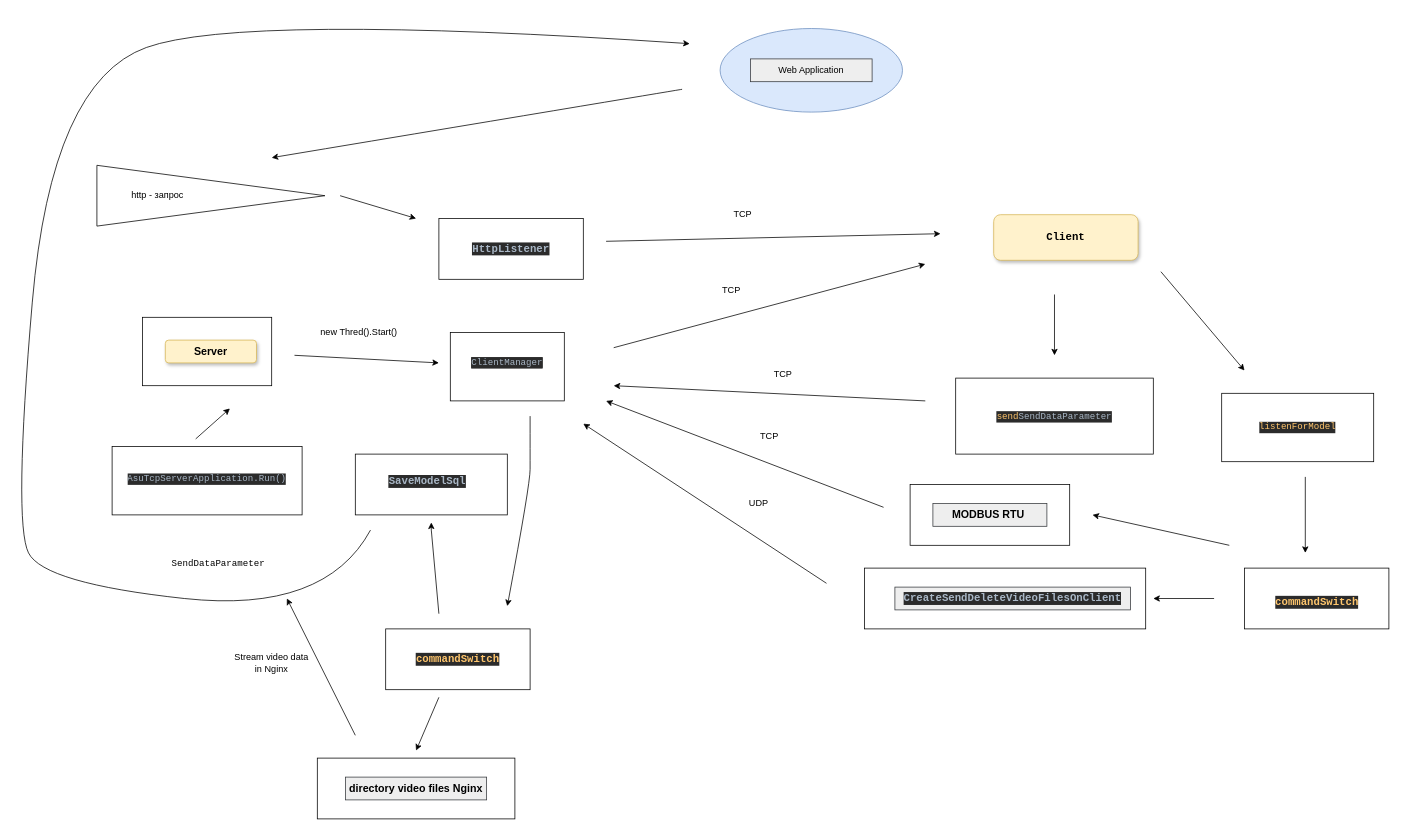
Before: src/main/java/structure_diagram.drawio in seregAnt02/AsuTcpClientrOnJava, a draw.io diagram. Source tidied: cells renumbered, new cells numbered last; positions are measured from the earlier drawing's top-left corner, leaving out a move shared by most shapes. Both pictures are drawn from the tidied source at 76%, with x=0, y=0 at pixel (13, 13).
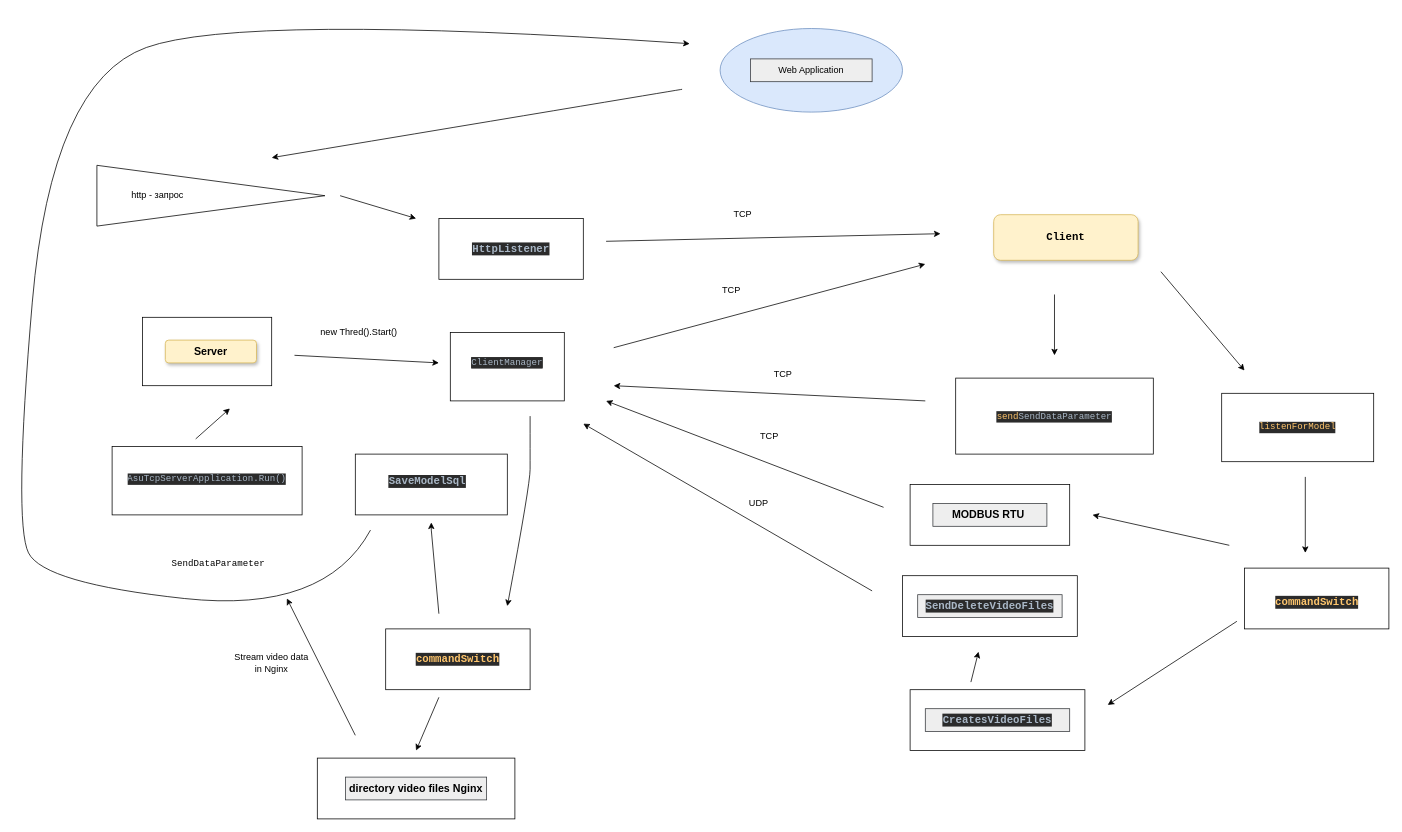
Above is the later version.

Diff of the diagram source:
```diff
@@
     <mxCell id="55" style="endArrow=classic;html=1;rounded=0;" parent="1" edge="1">
       <mxGeometry relative="1" as="geometry">
-        <mxPoint x="1580" y="770" as="sourcePoint" />
-        <mxPoint x="1500" y="770" as="targetPoint" />
+        <mxPoint x="1610" y="800" as="sourcePoint" />
+        <mxPoint x="1440" y="910" as="targetPoint" />
       </mxGeometry>
     </mxCell>
     <mxCell id="56" style="group;" parent="1" vertex="1">
-      <mxGeometry x="1120" y="730" width="370" height="80" as="geometry" />
+      <mxGeometry x="1170" y="740" width="240" height="80" as="geometry" />
     </mxCell>
+    <mxCell id="84" style="group;" parent="56" vertex="1">
+      <mxGeometry width="230" height="80" as="geometry" />
+    </mxCell>
-    <mxCell id="57" style="rounded=0;whiteSpace=wrap;html=1;" parent="56" vertex="1">
-      <mxGeometry width="370" height="80" as="geometry" />
+    <mxCell id="57" style="rounded=0;whiteSpace=wrap;html=1;" parent="84" vertex="1">
+      <mxGeometry width="230" height="80" as="geometry" />
     </mxCell>
-    <mxCell id="58" value="&lt;h3&gt;&lt;pre style=&quot;background-color:#2b2b2b;color:#a9b7c6;font-family:'JetBrains Mono',monospace;font-size:9,8pt;&quot;&gt;CreateSendDeleteVideoFilesOnClient&lt;/pre&gt;&lt;/h3&gt;" style="text;html=1;align=center;verticalAlign=middle;whiteSpace=wrap;rounded=0;fillColor=#eeeeee;strokeColor=#36393d;" parent="56" vertex="1">
-      <mxGeometry x="40" y="25" width="310" height="30" as="geometry" />
+    <mxCell id="58" value="&lt;h3&gt;&lt;pre style=&quot;background-color: rgb(43, 43, 43); color: rgb(169, 183, 198); font-family: &amp;quot;JetBrains Mono&amp;quot;, monospace;&quot;&gt;&lt;pre style=&quot;font-family: &amp;quot;JetBrains Mono&amp;quot;, monospace;&quot;&gt;SendDeleteVideoFiles&lt;/pre&gt;&lt;/pre&gt;&lt;/h3&gt;" style="text;html=1;align=center;verticalAlign=middle;whiteSpace=wrap;rounded=0;fillColor=#eeeeee;strokeColor=#36393d;" parent="84" vertex="1">
+      <mxGeometry x="20" y="25" width="190" height="30" as="geometry" />
     </mxCell>
@@
     <mxCell id="78" style="endArrow=classic;html=1;rounded=0;" parent="1" edge="1">
       <mxGeometry relative="1" as="geometry">
-        <mxPoint x="1070" y="750" as="sourcePoint" />
+        <mxPoint x="1130" y="760" as="sourcePoint" />
         <mxPoint x="750" y="540" as="targetPoint" />
       </mxGeometry>
     </mxCell>
@@
+    <mxCell id="85" style="group;" parent="1" vertex="1">
+      <mxGeometry x="1180" y="890" width="240" height="80" as="geometry" />
+    </mxCell>
+    <mxCell id="86" style="group;" parent="85" vertex="1">
+      <mxGeometry width="230" height="80" as="geometry" />
+    </mxCell>
+    <mxCell id="87" style="rounded=0;whiteSpace=wrap;html=1;" parent="86" vertex="1">
+      <mxGeometry width="230" height="80" as="geometry" />
+    </mxCell>
+    <mxCell id="88" value="&lt;h3&gt;&lt;pre style=&quot;background-color: rgb(43, 43, 43); color: rgb(169, 183, 198); font-family: &amp;quot;JetBrains Mono&amp;quot;, monospace;&quot;&gt;&lt;pre style=&quot;font-family: &amp;quot;JetBrains Mono&amp;quot;, monospace;&quot;&gt;CreatesVideoFiles&lt;/pre&gt;&lt;/pre&gt;&lt;/h3&gt;" style="text;html=1;align=center;verticalAlign=middle;whiteSpace=wrap;rounded=0;fillColor=#eeeeee;strokeColor=#36393d;" parent="86" vertex="1">
+      <mxGeometry x="20" y="25" width="190" height="30" as="geometry" />
+    </mxCell>
+    <mxCell id="89" style="endArrow=classic;html=1;rounded=0;" parent="1" edge="1">
+      <mxGeometry relative="1" as="geometry">
+        <mxPoint x="1260" y="880" as="sourcePoint" />
+        <mxPoint x="1270" y="840" as="targetPoint" />
+      </mxGeometry>
+    </mxCell>
```
